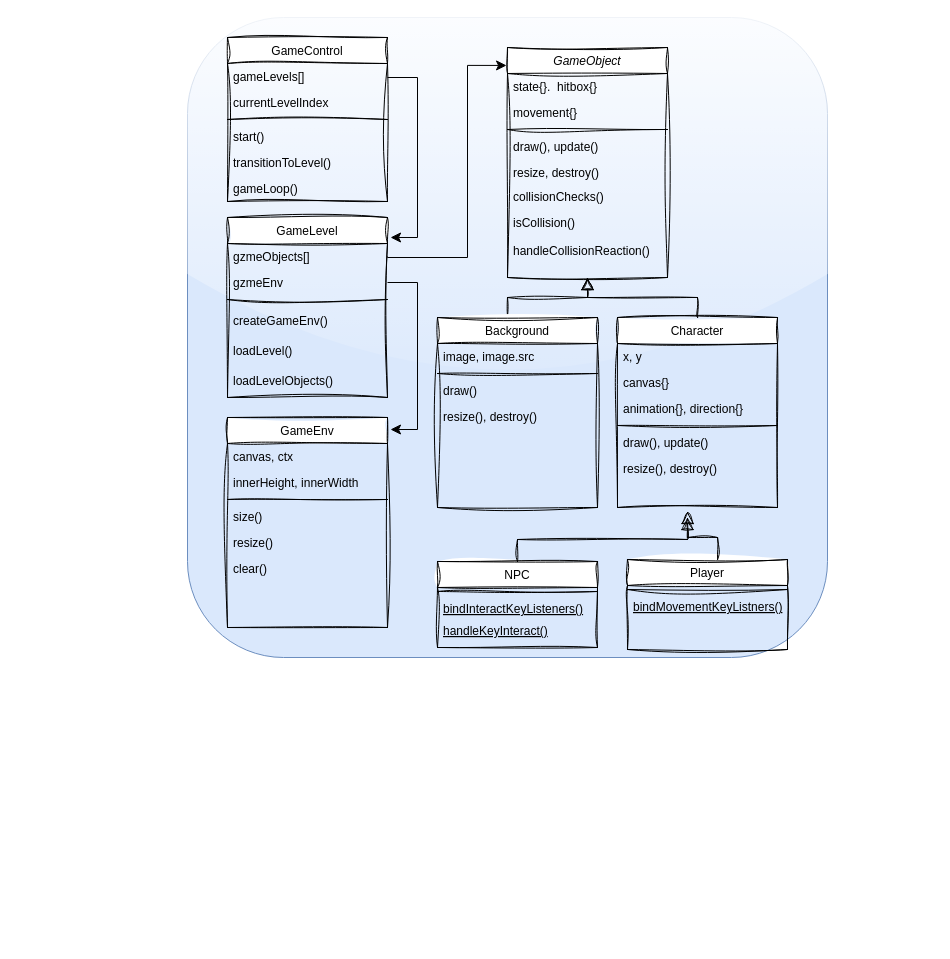
Earlier version of the draw.io diagram design/alienWorld/gameDiagram.drawio (buythesenbundle/ethanf_2025). Source tidied: cells renumbered, new cells numbered last; positions are measured from the earlier drawing's top-left corner, leaving out a move shared by most shapes. Both pictures are drawn from the tidied source at 100%, with x=0, y=0 at pixel (187, 17).
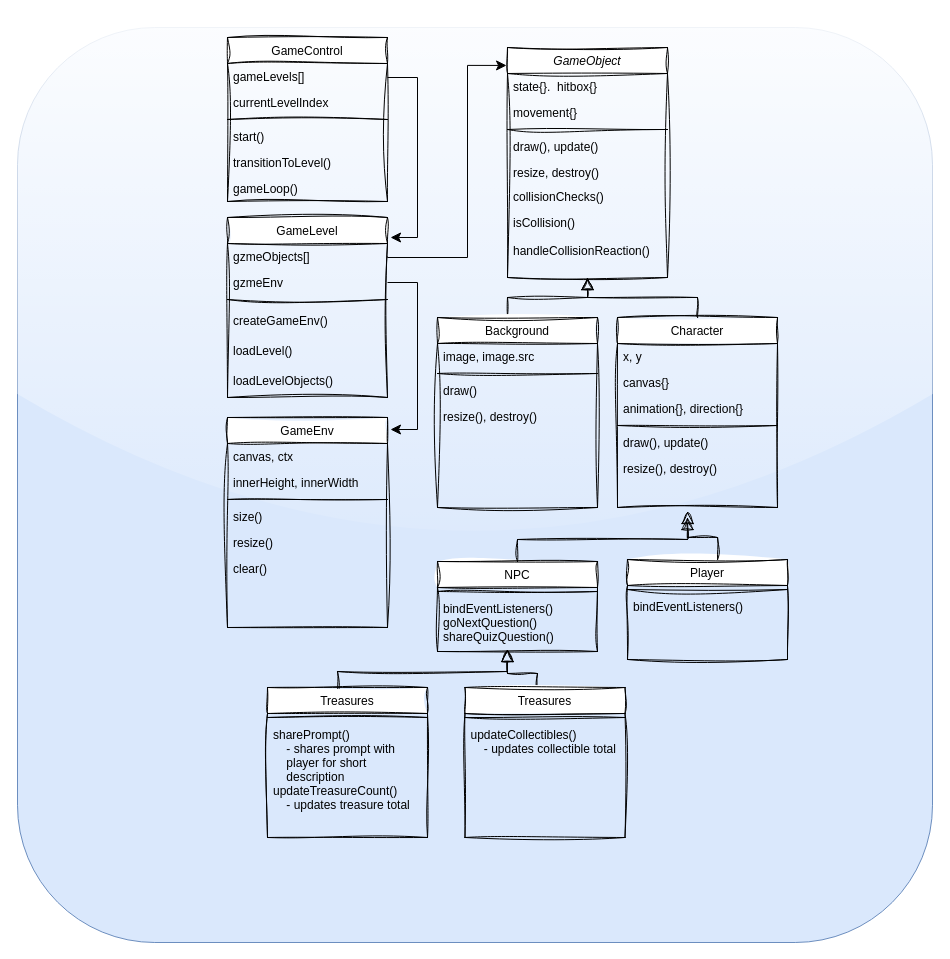
The same diagram, later.

Commit message (it also covers changes not shown here):
completion of game diagram (updated npc and player functions, added treasures and collecti

Change to the diagram source:
```diff
@@
     <mxCell id="2" style="whiteSpace=wrap;html=1;rounded=1;fillColor=#dae8fc;strokeColor=#6c8ebf;glass=1;" parent="1" vertex="1">
-      <mxGeometry width="640" height="640" as="geometry" />
+      <mxGeometry x="-170" y="10" width="915" height="915" as="geometry" />
     </mxCell>
@@
     <mxCell id="27" value="NPC" style="swimlane;fontStyle=0;align=center;verticalAlign=top;horizontal=1;startSize=26;rounded=0;shadow=0;strokeWidth=1;sketch=1;curveFitting=1;jiggle=2;" parent="1" vertex="1">
-      <mxGeometry x="250" y="544" width="160" height="86" as="geometry" />
+      <mxGeometry x="250" y="544" width="160" height="90" as="geometry" />
     </mxCell>
@@
-    <mxCell id="29" value="bindInteractKeyListeners()" style="text;align=left;verticalAlign=top;spacingLeft=4;spacingRight=4;overflow=hidden;fontStyle=4;sketch=1;curveFitting=1;jiggle=2;rounded=0;" parent="27" vertex="1">
-      <mxGeometry y="34" width="160" height="26" as="geometry" />
+    <mxCell id="29" value="bindEventListeners()&#10;goNextQuestion()&#10;shareQuizQuestion()&#10;" style="text;align=left;verticalAlign=top;spacingLeft=4;spacingRight=4;overflow=hidden;fontStyle=0;sketch=1;curveFitting=1;jiggle=2;rounded=0;" parent="27" vertex="1">
+      <mxGeometry y="34" width="160" height="56" as="geometry" />
     </mxCell>
     <mxCell id="30" value="Player" style="swimlane;fontStyle=0;align=center;verticalAlign=top;horizontal=1;startSize=26;rounded=0;shadow=0;strokeWidth=1;sketch=1;curveFitting=1;jiggle=2;" parent="1" vertex="1">
-      <mxGeometry x="440" y="542" width="160" height="90" as="geometry" />
+      <mxGeometry x="440" y="542" width="160" height="100" as="geometry" />
     </mxCell>
@@
-    <mxCell id="32" value="bindMovementKeyListners()" style="text;align=left;verticalAlign=top;spacingLeft=4;spacingRight=4;overflow=hidden;fontStyle=4;sketch=1;curveFitting=1;jiggle=2;rounded=0;" parent="30" vertex="1">
-      <mxGeometry y="34" width="160" height="26" as="geometry" />
+    <mxCell id="32" value="bindEventListeners()&#10;" style="text;align=left;verticalAlign=top;spacingLeft=4;spacingRight=4;overflow=hidden;fontStyle=0;sketch=1;curveFitting=1;jiggle=2;rounded=0;" parent="30" vertex="1">
+      <mxGeometry y="34" width="160" height="56" as="geometry" />
     </mxCell>
@@
-    <mxCell id="57" value="handleKeyInteract()" style="text;align=left;verticalAlign=top;spacingLeft=4;spacingRight=4;overflow=hidden;fontStyle=4;sketch=1;curveFitting=1;jiggle=2;rounded=0;" parent="1" vertex="1">
-      <mxGeometry x="250" y="600" width="160" height="26" as="geometry" />
-    </mxCell>
@@
+    <mxCell id="59" style="endArrow=block;endSize=10;endFill=0;shadow=0;strokeWidth=1;rounded=0;edgeStyle=elbowEdgeStyle;elbow=vertical;sketch=1;curveFitting=1;jiggle=2;exitX=0.5;exitY=0;exitDx=0;exitDy=0;" parent="1" edge="1">
+      <mxGeometry relative="1" as="geometry">
+        <mxPoint x="150" y="676" as="sourcePoint" />
+        <mxPoint x="320" y="632" as="targetPoint" />
+      </mxGeometry>
+    </mxCell>
+    <mxCell id="60" style="endArrow=block;endSize=10;endFill=0;shadow=0;strokeWidth=1;rounded=0;edgeStyle=elbowEdgeStyle;elbow=vertical;sketch=1;curveFitting=1;jiggle=2;exitX=0.563;exitY=0;exitDx=0;exitDy=0;exitPerimeter=0;entryX=0.438;entryY=1.154;entryDx=0;entryDy=0;entryPerimeter=0;" parent="1" edge="1">
+      <mxGeometry relative="1" as="geometry">
+        <mxPoint x="350" y="680" as="sourcePoint" />
+        <mxPoint x="320" y="632" as="targetPoint" />
+      </mxGeometry>
+    </mxCell>
+    <mxCell id="61" value="Treasures" style="swimlane;fontStyle=0;align=center;verticalAlign=top;horizontal=1;startSize=26;rounded=0;shadow=0;strokeWidth=1;sketch=1;curveFitting=1;jiggle=2;" parent="1" vertex="1">
+      <mxGeometry x="80" y="670" width="160" height="150" as="geometry" />
+    </mxCell>
+    <mxCell id="62" style="line;html=1;strokeWidth=1;align=left;verticalAlign=middle;spacingTop=-1;spacingLeft=3;spacingRight=3;labelPosition=right;sketch=1;curveFitting=1;jiggle=2;rounded=0;" parent="61" vertex="1">
+      <mxGeometry y="26" width="160" height="8" as="geometry" />
+    </mxCell>
+    <mxCell id="63" value="sharePrompt()&#10;    - shares prompt with&#10;    player for short &#10;    description&#10;updateTreasureCount()&#10;    - updates treasure total&#10;" style="text;align=left;verticalAlign=top;spacingLeft=4;spacingRight=4;overflow=hidden;fontStyle=0;sketch=1;curveFitting=1;jiggle=2;rounded=0;" parent="61" vertex="1">
+      <mxGeometry y="34" width="160" height="106" as="geometry" />
+    </mxCell>
+    <mxCell id="64" value="Treasures" style="swimlane;fontStyle=0;align=center;verticalAlign=top;horizontal=1;startSize=26;rounded=0;shadow=0;strokeWidth=1;sketch=1;curveFitting=1;jiggle=2;" parent="1" vertex="1">
+      <mxGeometry x="277.5" y="670" width="160" height="150" as="geometry" />
+    </mxCell>
+    <mxCell id="65" style="line;html=1;strokeWidth=1;align=left;verticalAlign=middle;spacingTop=-1;spacingLeft=3;spacingRight=3;labelPosition=right;sketch=1;curveFitting=1;jiggle=2;rounded=0;" parent="64" vertex="1">
+      <mxGeometry y="26" width="160" height="8" as="geometry" />
+    </mxCell>
+    <mxCell id="66" value="updateCollectibles()&#10;    - updates collectible total&#10;" style="text;align=left;verticalAlign=top;spacingLeft=4;spacingRight=4;overflow=hidden;fontStyle=0;sketch=1;curveFitting=1;jiggle=2;rounded=0;" parent="64" vertex="1">
+      <mxGeometry y="34" width="160" height="106" as="geometry" />
+    </mxCell>
```
